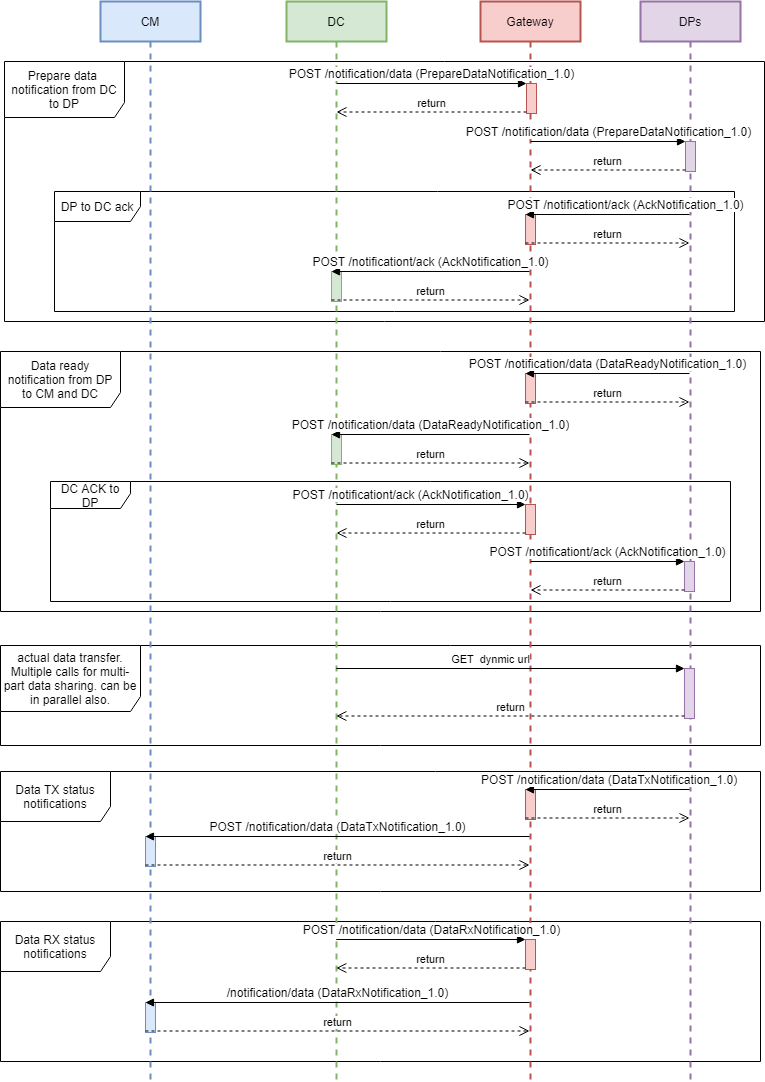
This is seqDiagram/dataFlow.png from iSPIRT/DEPA, a draw.io export, as it was before one commit. Source tidied: cells renumbered, new cells last; positions are measured from the earlier drawing's top-left corner, leaving out a move shared by most shapes.
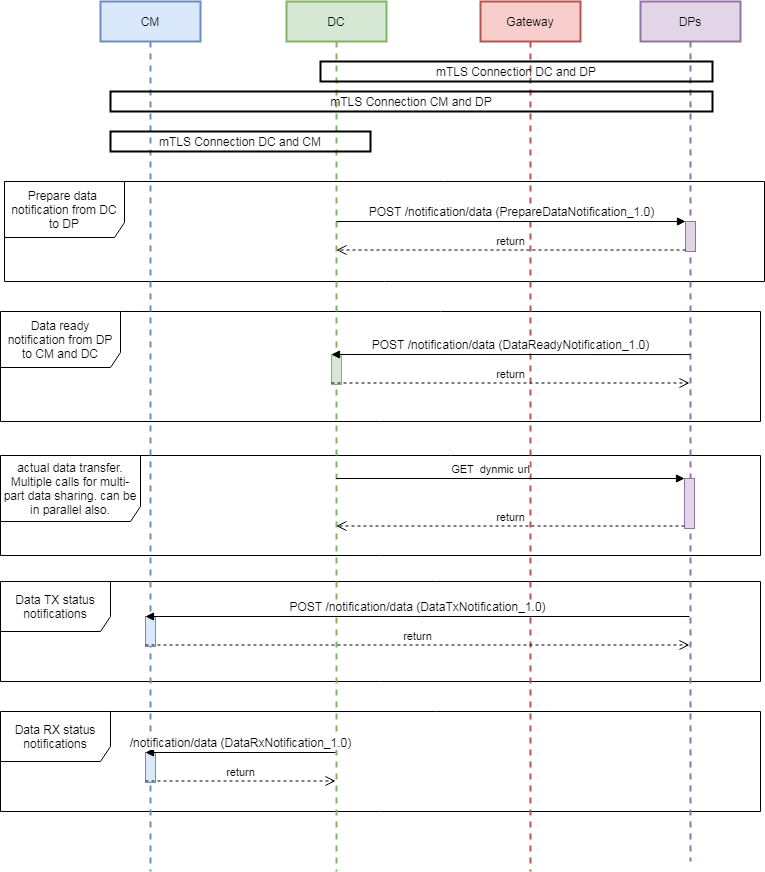
After the change.

What changed in the source:
```diff
@@ -2,191 +2,106 @@
   <root>
     <mxCell id="0" />
     <mxCell id="1" parent="0" />
+    <mxCell id="24" value="Data TX status notifications" style="shape=umlFrame;whiteSpace=wrap;html=1;width=110;height=50;" parent="1" vertex="1">
+      <mxGeometry y="580" width="760" height="100" as="geometry" />
+    </mxCell>
     <mxCell id="2" value="Prepare data&amp;nbsp; notification from DC to DP" style="shape=umlFrame;whiteSpace=wrap;html=1;width=120;height=56;" parent="1" vertex="1">
-      <mxGeometry x="4" y="60" width="760" height="260" as="geometry" />
+      <mxGeometry x="4" y="180" width="760" height="100" as="geometry" />
     </mxCell>
-    <mxCell id="3" value="DP to DC ack" style="shape=umlFrame;whiteSpace=wrap;html=1;width=86;height=30;" parent="1" vertex="1">
-      <mxGeometry x="54" y="190" width="680" height="120" as="geometry" />
-    </mxCell>
     <mxCell id="4" value="Data ready notification from DP to CM and DC" style="shape=umlFrame;whiteSpace=wrap;html=1;width=120;height=56;" parent="1" vertex="1">
-      <mxGeometry y="350" width="760" height="260" as="geometry" />
+      <mxGeometry y="310" width="760" height="110" as="geometry" />
     </mxCell>
-    <mxCell id="5" value="DC ACK to DP" style="shape=umlFrame;whiteSpace=wrap;html=1;width=80;height=27;" parent="1" vertex="1">
-      <mxGeometry x="50" y="480" width="680" height="120" as="geometry" />
-    </mxCell>
     <mxCell id="6" value="Data RX status notifications" style="shape=umlFrame;whiteSpace=wrap;html=1;width=110;height=50;" parent="1" vertex="1">
-      <mxGeometry y="920" width="760" height="140" as="geometry" />
+      <mxGeometry y="710" width="760" height="100" as="geometry" />
     </mxCell>
     <mxCell id="7" value="actual data transfer. Multiple calls for multi-part data sharing. can be in parallel also." style="shape=umlFrame;whiteSpace=wrap;html=1;width=140;height=66;" parent="1" vertex="1">
-      <mxGeometry y="644" width="760" height="100" as="geometry" />
+      <mxGeometry y="454" width="760" height="100" as="geometry" />
     </mxCell>
     <mxCell id="8" value="CM" style="shape=umlLifeline;perimeter=lifelinePerimeter;whiteSpace=wrap;html=1;fillColor=#dae8fc;strokeColor=#6c8ebf;strokeWidth=2;" parent="1" vertex="1">
-      <mxGeometry x="100" width="100" height="1080" as="geometry" />
+      <mxGeometry x="100" width="100" height="870" as="geometry" />
     </mxCell>
     <mxCell id="9" value="DC" style="shape=umlLifeline;perimeter=lifelinePerimeter;whiteSpace=wrap;html=1;outlineConnect=0;strokeWidth=2;fillColor=#d5e8d4;strokeColor=#82b366;" parent="1" vertex="1">
-      <mxGeometry x="286" width="100" height="1080" as="geometry" />
+      <mxGeometry x="286" width="100" height="870" as="geometry" />
     </mxCell>
     <mxCell id="10" style="html=1;points=[];perimeter=orthogonalPerimeter;fillColor=#d5e8d4;strokeColor=#82b366;" parent="9" vertex="1">
-      <mxGeometry x="45" y="433" width="10" height="30" as="geometry" />
+      <mxGeometry x="45" y="353" width="10" height="30" as="geometry" />
     </mxCell>
     <mxCell id="11" value="Gateway" style="shape=umlLifeline;perimeter=lifelinePerimeter;whiteSpace=wrap;html=1;outlineConnect=0;fillColor=#f8cecc;strokeColor=#b85450;strokeWidth=2;" parent="1" vertex="1">
-      <mxGeometry x="480" width="100" height="1080" as="geometry" />
+      <mxGeometry x="480" width="100" height="870" as="geometry" />
     </mxCell>
-    <mxCell id="12" style="html=1;points=[];perimeter=orthogonalPerimeter;fillColor=#f8cecc;strokeColor=#b85450;" parent="11" vertex="1">
-      <mxGeometry x="45" y="372" width="10" height="30" as="geometry" />
-    </mxCell>
-    <mxCell id="13" style="html=1;points=[];perimeter=orthogonalPerimeter;fillColor=#f8cecc;strokeColor=#b85450;" parent="11" vertex="1">
-      <mxGeometry x="45" y="503" width="10" height="30" as="geometry" />
-    </mxCell>
     <mxCell id="14" value="DPs" style="shape=umlLifeline;perimeter=lifelinePerimeter;whiteSpace=wrap;html=1;outlineConnect=0;fillColor=#e1d5e7;strokeColor=#9673a6;strokeWidth=2;" parent="1" vertex="1">
-      <mxGeometry x="640" width="100" height="1080" as="geometry" />
+      <mxGeometry x="640" width="100" height="860" as="geometry" />
     </mxCell>
     <mxCell id="15" style="html=1;points=[];perimeter=orthogonalPerimeter;fillColor=#e1d5e7;strokeColor=#9673a6;" parent="14" vertex="1">
-      <mxGeometry x="44" y="667" width="10" height="50" as="geometry" />
+      <mxGeometry x="44" y="477" width="10" height="50" as="geometry" />
     </mxCell>
-    <mxCell id="16" style="html=1;points=[];perimeter=orthogonalPerimeter;fillColor=#e1d5e7;strokeColor=#9673a6;" parent="14" vertex="1">
-      <mxGeometry x="44" y="560" width="10" height="30" as="geometry" />
-    </mxCell>
     <mxCell id="17" style="html=1;points=[];perimeter=orthogonalPerimeter;fillColor=#e1d5e7;strokeColor=#9673a6;" parent="14" vertex="1">
-      <mxGeometry x="45" y="140" width="10" height="30" as="geometry" />
+      <mxGeometry x="45" y="220" width="10" height="30" as="geometry" />
     </mxCell>
-    <mxCell id="18" value="&lt;span style=&quot;font-size: 12px&quot;&gt;POST /notification/data (DataReadyNotification_1.0)&lt;/span&gt;" style="html=1;verticalAlign=bottom;endArrow=block;entryX=0;entryY=0;" parent="1" edge="1" target="12">
-      <mxGeometry relative="1" as="geometry">
-        <mxPoint x="689" y="372" as="sourcePoint" />
-      </mxGeometry>
-    </mxCell>
-    <mxCell id="19" value="return" style="html=1;verticalAlign=bottom;endArrow=open;dashed=1;endSize=8;exitX=0;exitY=0.95;" parent="1" edge="1" source="12">
-      <mxGeometry relative="1" as="geometry">
-        <mxPoint x="689" y="400.5" as="targetPoint" />
-      </mxGeometry>
-    </mxCell>
-    <mxCell id="20" value="&lt;span style=&quot;font-size: 12px&quot;&gt;POST /notification/data&amp;nbsp;&lt;/span&gt;&lt;span style=&quot;font-size: 12px&quot;&gt;(DataReadyNotification_1.0)&lt;/span&gt;&lt;span style=&quot;font-size: 12px&quot;&gt;&lt;br&gt;&lt;/span&gt;" style="html=1;verticalAlign=bottom;endArrow=block;entryX=0;entryY=0;" parent="1" edge="1" target="10">
+    <mxCell id="20" value="&lt;span style=&quot;font-size: 12px&quot;&gt;POST /notification/data&amp;nbsp;&lt;/span&gt;&lt;span style=&quot;font-size: 12px&quot;&gt;(DataReadyNotification_1.0)&lt;/span&gt;&lt;span style=&quot;font-size: 12px&quot;&gt;&lt;br&gt;&lt;/span&gt;" style="html=1;verticalAlign=bottom;endArrow=block;entryX=0;entryY=0;exitX=0.5;exitY=0.401;exitDx=0;exitDy=0;exitPerimeter=0;" parent="1" edge="1" target="10">
       <mxGeometry relative="1" as="geometry">
-        <mxPoint x="529" y="433" as="sourcePoint" />
+        <mxPoint x="690" y="353.1" as="sourcePoint" />
       </mxGeometry>
     </mxCell>
     <mxCell id="21" value="return" style="html=1;verticalAlign=bottom;endArrow=open;dashed=1;endSize=8;exitX=0;exitY=0.95;" parent="1" edge="1" source="10">
       <mxGeometry relative="1" as="geometry">
-        <mxPoint x="529" y="461.5" as="targetPoint" />
+        <mxPoint x="689" y="381.5" as="targetPoint" />
       </mxGeometry>
     </mxCell>
     <mxCell id="22" value="GET&amp;nbsp; dynmic url" style="html=1;verticalAlign=bottom;endArrow=block;entryX=0;entryY=0;" parent="1" edge="1" target="15">
       <mxGeometry x="-0.11" relative="1" as="geometry">
-        <mxPoint x="335.8" y="667" as="sourcePoint" />
+        <mxPoint x="335.8" y="477" as="sourcePoint" />
       </mxGeometry>
     </mxCell>
     <mxCell id="23" value="return" style="html=1;verticalAlign=bottom;endArrow=open;dashed=1;endSize=8;exitX=0;exitY=0.95;" parent="1" edge="1" source="15">
       <mxGeometry relative="1" as="geometry">
-        <mxPoint x="335.8" y="714.5" as="targetPoint" />
+        <mxPoint x="335.8" y="524.5" as="targetPoint" />
       </mxGeometry>
     </mxCell>
-    <mxCell id="24" value="Data TX status notifications" style="shape=umlFrame;whiteSpace=wrap;html=1;width=110;height=50;" parent="1" vertex="1">
-      <mxGeometry y="770" width="760" height="120" as="geometry" />
-    </mxCell>
     <mxCell id="25" style="html=1;points=[];perimeter=orthogonalPerimeter;fillColor=#dae8fc;strokeColor=#6c8ebf;" parent="1" vertex="1">
-      <mxGeometry x="145" y="835" width="10" height="30" as="geometry" />
+      <mxGeometry x="145" y="615" width="10" height="30" as="geometry" />
     </mxCell>
-    <mxCell id="26" style="html=1;points=[];perimeter=orthogonalPerimeter;fillColor=#f8cecc;strokeColor=#b85450;" parent="1" vertex="1">
-      <mxGeometry x="525" y="788" width="10" height="30" as="geometry" />
-    </mxCell>
-    <mxCell id="27" value="&lt;span style=&quot;font-size: 12px&quot;&gt;&amp;nbsp;POST /notification/data (DataTxNotification_1.0)&lt;/span&gt;" style="html=1;verticalAlign=bottom;endArrow=block;entryX=0;entryY=0;" parent="1" edge="1" target="26">
-      <mxGeometry relative="1" as="geometry">
-        <mxPoint x="689" y="788" as="sourcePoint" />
-      </mxGeometry>
-    </mxCell>
-    <mxCell id="28" value="return" style="html=1;verticalAlign=bottom;endArrow=open;dashed=1;endSize=8;exitX=0;exitY=0.95;" parent="1" edge="1" source="26">
-      <mxGeometry relative="1" as="geometry">
-        <mxPoint x="689" y="816.5" as="targetPoint" />
-      </mxGeometry>
-    </mxCell>
     <mxCell id="29" value="&lt;span style=&quot;font-size: 12px&quot;&gt;POST /notification/data&amp;nbsp;&lt;/span&gt;&lt;span style=&quot;font-size: 12px&quot;&gt;(DataTxNotification_1.0)&lt;/span&gt;" style="html=1;verticalAlign=bottom;endArrow=block;entryX=0;entryY=0;" parent="1" edge="1" target="25">
       <mxGeometry relative="1" as="geometry">
-        <mxPoint x="529" y="835" as="sourcePoint" />
+        <mxPoint x="689" y="615" as="sourcePoint" />
       </mxGeometry>
     </mxCell>
     <mxCell id="30" value="return" style="html=1;verticalAlign=bottom;endArrow=open;dashed=1;endSize=8;exitX=0;exitY=0.95;" parent="1" edge="1" source="25">
       <mxGeometry relative="1" as="geometry">
-        <mxPoint x="529" y="863.5" as="targetPoint" />
+        <mxPoint x="689" y="643.5" as="targetPoint" />
       </mxGeometry>
     </mxCell>
     <mxCell id="31" style="html=1;points=[];perimeter=orthogonalPerimeter;fillColor=#dae8fc;strokeColor=#6c8ebf;" parent="1" vertex="1">
-      <mxGeometry x="145" y="1001" width="10" height="30" as="geometry" />
+      <mxGeometry x="145" y="751" width="10" height="30" as="geometry" />
     </mxCell>
-    <mxCell id="32" style="html=1;points=[];perimeter=orthogonalPerimeter;fillColor=#f8cecc;strokeColor=#b85450;" parent="1" vertex="1">
-      <mxGeometry x="525" y="938" width="10" height="30" as="geometry" />
-    </mxCell>
-    <mxCell id="33" value="&lt;span style=&quot;font-size: 12px&quot;&gt;POST /notification/data (DataRxNotification_1.0)&lt;/span&gt;" style="html=1;verticalAlign=bottom;endArrow=block;entryX=0;entryY=0;" parent="1" edge="1" target="32">
-      <mxGeometry relative="1" as="geometry">
-        <mxPoint x="335.8" y="938" as="sourcePoint" />
-      </mxGeometry>
-    </mxCell>
-    <mxCell id="34" value="return" style="html=1;verticalAlign=bottom;endArrow=open;dashed=1;endSize=8;exitX=0;exitY=0.95;" parent="1" edge="1" source="32">
-      <mxGeometry relative="1" as="geometry">
-        <mxPoint x="335.8" y="966.5" as="targetPoint" />
-      </mxGeometry>
-    </mxCell>
     <mxCell id="35" value="&lt;span style=&quot;font-size: 12px&quot;&gt;/notification/data&amp;nbsp;&lt;/span&gt;&lt;span style=&quot;font-size: 12px&quot;&gt;(DataRxNotification_1.0)&lt;/span&gt;" style="html=1;verticalAlign=bottom;endArrow=block;entryX=0;entryY=0;" parent="1" edge="1" target="31">
       <mxGeometry relative="1" as="geometry">
-        <mxPoint x="529" y="1001" as="sourcePoint" />
+        <mxPoint x="335" y="751" as="sourcePoint" />
       </mxGeometry>
     </mxCell>
     <mxCell id="36" value="return" style="html=1;verticalAlign=bottom;endArrow=open;dashed=1;endSize=8;exitX=0;exitY=0.95;" parent="1" edge="1" source="31">
       <mxGeometry relative="1" as="geometry">
-        <mxPoint x="529" y="1029.5" as="targetPoint" />
+        <mxPoint x="335" y="779.5" as="targetPoint" />
       </mxGeometry>
     </mxCell>
-    <mxCell id="37" value="&lt;span style=&quot;font-size: 12px&quot;&gt;POST /notificationt/ack (AckNotification_1.0)&lt;/span&gt;" style="html=1;verticalAlign=bottom;endArrow=block;entryX=0;entryY=0;" parent="1" edge="1" target="16">
-      <mxGeometry relative="1" as="geometry">
-        <mxPoint x="530" y="560" as="sourcePoint" />
-      </mxGeometry>
-    </mxCell>
-    <mxCell id="38" value="return" style="html=1;verticalAlign=bottom;endArrow=open;dashed=1;endSize=8;exitX=0;exitY=0.95;" parent="1" edge="1" source="16">
-      <mxGeometry relative="1" as="geometry">
-        <mxPoint x="530" y="588.5" as="targetPoint" />
-      </mxGeometry>
-    </mxCell>
-    <mxCell id="39" value="&lt;span style=&quot;font-size: 12px&quot;&gt;POST /notificationt/ack (AckNotification_1.0)&lt;/span&gt;" style="html=1;verticalAlign=bottom;endArrow=block;entryX=0;entryY=0;" parent="1" edge="1" target="13">
-      <mxGeometry x="-0.22" relative="1" as="geometry">
-        <mxPoint x="336" y="503" as="sourcePoint" />
-      </mxGeometry>
-    </mxCell>
-    <mxCell id="40" value="return" style="html=1;verticalAlign=bottom;endArrow=open;dashed=1;endSize=8;exitX=0;exitY=0.95;" parent="1" edge="1" source="13">
-      <mxGeometry relative="1" as="geometry">
-        <mxPoint x="336" y="531.5" as="targetPoint" />
-      </mxGeometry>
-    </mxCell>
-    <mxCell id="41" style="html=1;points=[];perimeter=orthogonalPerimeter;fillColor=#f8cecc;strokeColor=#b85450;" parent="1" vertex="1">
-      <mxGeometry x="526" y="82" width="10" height="30" as="geometry" />
-    </mxCell>
-    <mxCell id="42" style="html=1;points=[];perimeter=orthogonalPerimeter;fillColor=#f8cecc;strokeColor=#b85450;" parent="1" vertex="1">
-      <mxGeometry x="525" y="213" width="10" height="30" as="geometry" />
-    </mxCell>
-    <mxCell id="43" style="html=1;points=[];perimeter=orthogonalPerimeter;fillColor=#d5e8d4;strokeColor=#82b366;" parent="1" vertex="1">
-      <mxGeometry x="331" y="270" width="10" height="30" as="geometry" />
-    </mxCell>
-    <mxCell id="44" value="&lt;span style=&quot;font-size: 12px&quot;&gt;POST /notification/data (PrepareDataNotification_1.0)&lt;/span&gt;" style="html=1;verticalAlign=bottom;endArrow=block;entryX=0;entryY=0;" parent="1" edge="1" source="9" target="41">
-      <mxGeometry relative="1" as="geometry" />
-    </mxCell>
-    <mxCell id="45" value="return" style="html=1;verticalAlign=bottom;endArrow=open;dashed=1;endSize=8;exitX=0;exitY=0.95;" parent="1" edge="1" source="41" target="9">
-      <mxGeometry relative="1" as="geometry" />
-    </mxCell>
-    <mxCell id="46" value="&lt;span style=&quot;font-size: 12px&quot;&gt;POST /notification/data&amp;nbsp;&lt;/span&gt;&lt;span style=&quot;font-size: 12px&quot;&gt;(PrepareDataNotification_1.0)&lt;/span&gt;&lt;span style=&quot;font-size: 12px&quot;&gt;&lt;br&gt;&lt;/span&gt;" style="html=1;verticalAlign=bottom;endArrow=block;entryX=0;entryY=0;" parent="1" edge="1" source="11" target="17">
-      <mxGeometry relative="1" as="geometry" />
+    <mxCell id="46" value="&lt;span style=&quot;font-size: 12px&quot;&gt;POST /notification/data&amp;nbsp;&lt;/span&gt;&lt;span style=&quot;font-size: 12px&quot;&gt;(PrepareDataNotification_1.0)&lt;/span&gt;&lt;span style=&quot;font-size: 12px&quot;&gt;&lt;br&gt;&lt;/span&gt;" style="html=1;verticalAlign=bottom;endArrow=block;entryX=0;entryY=0;" parent="1" edge="1" target="17">
+      <mxGeometry relative="1" as="geometry">
+        <mxPoint x="336" y="220" as="sourcePoint" />
+      </mxGeometry>
     </mxCell>
-    <mxCell id="47" value="return" style="html=1;verticalAlign=bottom;endArrow=open;dashed=1;endSize=8;exitX=0;exitY=0.95;" parent="1" edge="1" source="17" target="11">
-      <mxGeometry relative="1" as="geometry" />
+    <mxCell id="47" value="return" style="html=1;verticalAlign=bottom;endArrow=open;dashed=1;endSize=8;exitX=0;exitY=0.95;" parent="1" edge="1" source="17">
+      <mxGeometry relative="1" as="geometry">
+        <mxPoint x="336" y="248.5" as="targetPoint" />
+      </mxGeometry>
     </mxCell>
-    <mxCell id="48" value="&lt;span style=&quot;font-size: 12px&quot;&gt;POST /notificationt/ack (AckNotification_1.0)&lt;/span&gt;" style="html=1;verticalAlign=bottom;endArrow=block;entryX=0;entryY=0;" parent="1" edge="1" source="11" target="43">
-      <mxGeometry relative="1" as="geometry" />
-    </mxCell>
-    <mxCell id="49" value="return" style="html=1;verticalAlign=bottom;endArrow=open;dashed=1;endSize=8;exitX=0;exitY=0.95;" parent="1" edge="1" source="43" target="11">
-      <mxGeometry relative="1" as="geometry" />
-    </mxCell>
-    <mxCell id="50" value="&lt;span style=&quot;font-size: 12px&quot;&gt;POST /notificationt/ack (AckNotification_1.0)&lt;/span&gt;" style="html=1;verticalAlign=bottom;endArrow=block;entryX=0;entryY=0;" parent="1" edge="1" source="14" target="42">
-      <mxGeometry x="-0.22" relative="1" as="geometry" />
-    </mxCell>
-    <mxCell id="51" value="return" style="html=1;verticalAlign=bottom;endArrow=open;dashed=1;endSize=8;exitX=0;exitY=0.95;" parent="1" edge="1" source="42" target="14">
-      <mxGeometry relative="1" as="geometry" />
-    </mxCell>
+    <mxCell id="52" value="mTLS Connection DC and DP" style="text;html=1;fillColor=none;align=center;verticalAlign=middle;whiteSpace=wrap;rounded=0;fontSize=12;strokeColor=#000000;strokeWidth=2;" parent="1" vertex="1">
+      <mxGeometry x="320" y="60" width="392" height="20" as="geometry" />
+    </mxCell>
+    <mxCell id="53" value="mTLS Connection CM and DP" style="text;html=1;fillColor=none;align=center;verticalAlign=middle;whiteSpace=wrap;rounded=0;fontSize=12;strokeColor=#000000;strokeWidth=2;" parent="1" vertex="1">
+      <mxGeometry x="110" y="90" width="602" height="20" as="geometry" />
+    </mxCell>
+    <mxCell id="54" value="mTLS Connection DC and CM" style="text;html=1;fillColor=none;align=center;verticalAlign=middle;whiteSpace=wrap;rounded=0;fontSize=12;strokeColor=#000000;strokeWidth=2;" parent="1" vertex="1">
+      <mxGeometry x="110" y="130" width="260" height="20" as="geometry" />
+    </mxCell>
   </root>
 </mxGraphModel>
```
